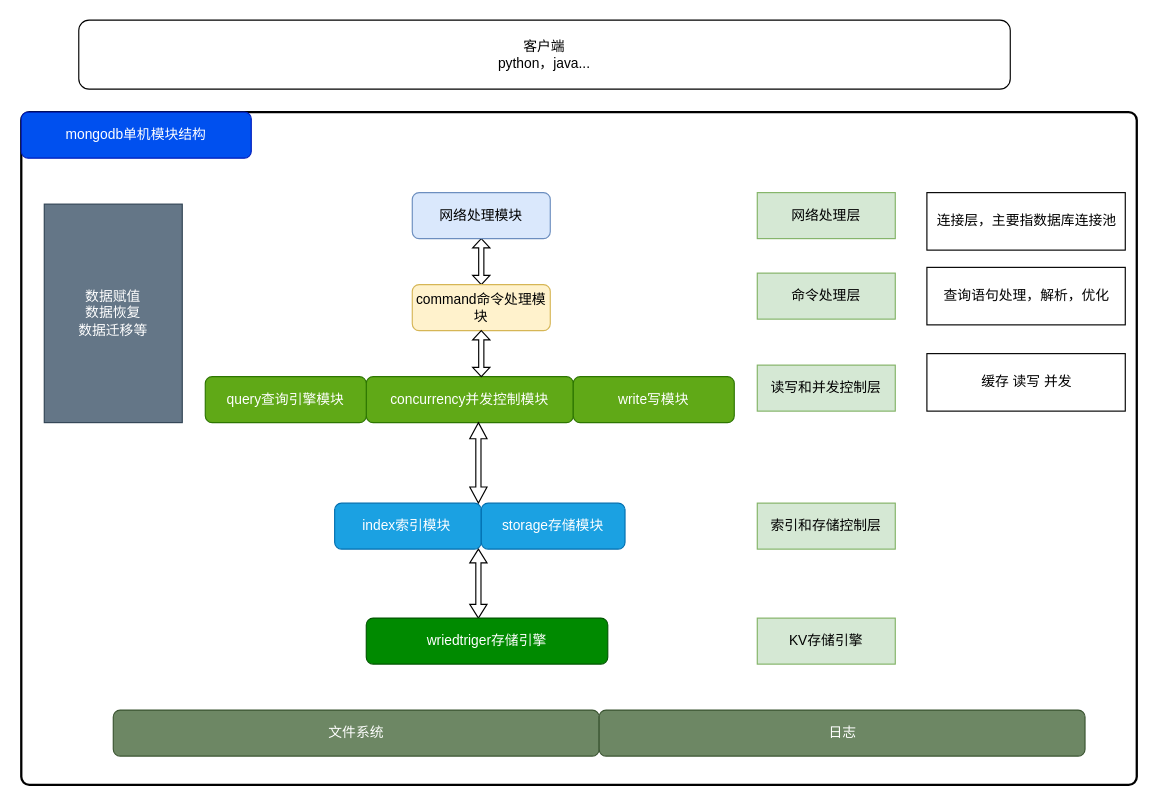
The draw.io diagram img/mongo软件结构.drawio in 15615639083/15615639083.github.io, before the edit. Source tidied: cells renumbered, new cells numbered last; positions are measured from the earlier drawing's top-left corner, leaving out a move shared by most shapes. Both pictures are drawn from the tidied source at 115%, with x=0, y=0 at pixel (21, 20).
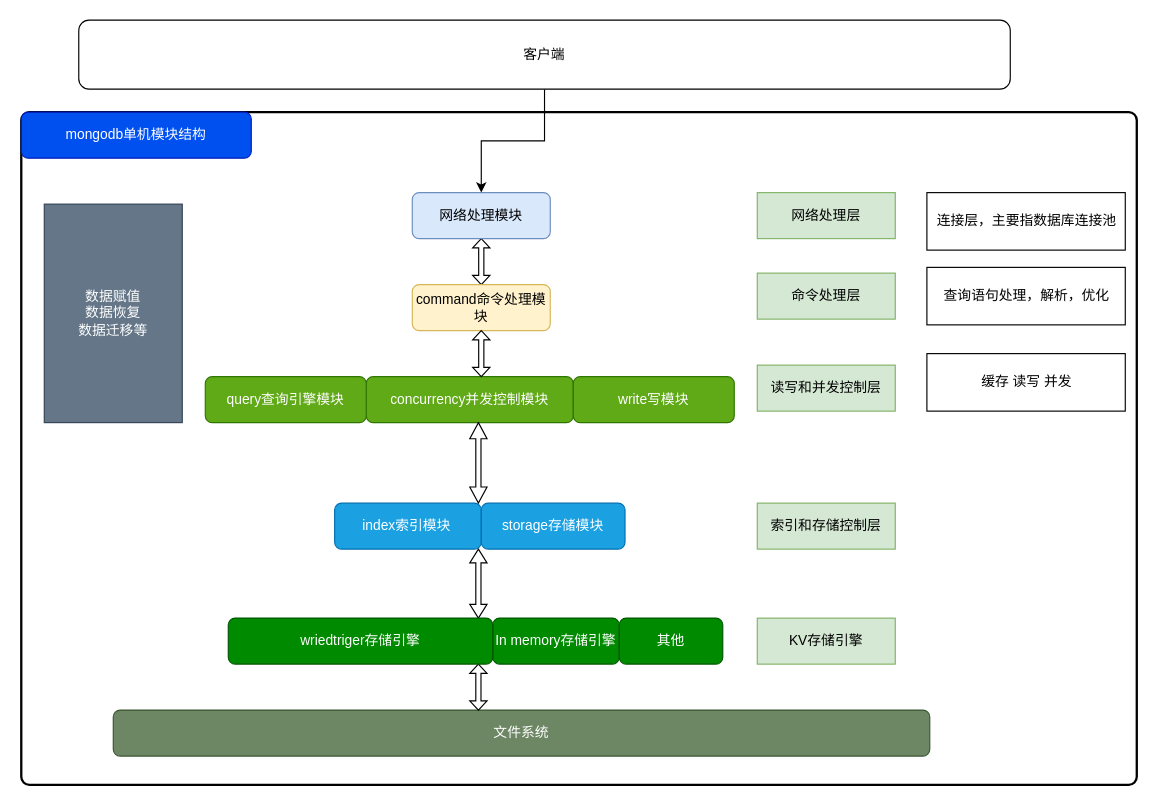
The same page after the edit.

Commit message:
更新mongo软件结构.drawio

The change refers to these unchanged cells:
```xml
<mxCell id="9" value="网络处理模块" style="rounded=1;whiteSpace=wrap;html=1;fillColor=#dae8fc;strokeColor=#6c8ebf;" parent="1" vertex="1">
  <mxGeometry x="340" y="150" width="120" height="40" as="geometry" />
</mxCell>
```

Change to the diagram source:
```diff
@@
-    <mxCell id="16" value="wriedtriger存储引擎" style="rounded=1;whiteSpace=wrap;html=1;fillColor=#008a00;fontColor=#ffffff;strokeColor=#005700;" parent="1" vertex="1">
-      <mxGeometry x="300" y="520" width="210" height="40" as="geometry" />
+    <mxCell id="16" value="In memory存储引擎" style="rounded=1;whiteSpace=wrap;html=1;fillColor=#008a00;fontColor=#ffffff;strokeColor=#005700;" parent="1" vertex="1">
+      <mxGeometry x="410" y="520" width="110" height="40" as="geometry" />
     </mxCell>
@@
+    <mxCell id="28" style="edgeStyle=orthogonalEdgeStyle;rounded=0;jettySize=auto;html=1;" parent="1" edge="1" source="21" target="9">
+      <mxGeometry relative="1" as="geometry" />
+    </mxCell>
-    <mxCell id="21" value="客户端&lt;br&gt;python，java..." style="rounded=1;whiteSpace=wrap;html=1;" parent="1" vertex="1">
+    <mxCell id="21" value="客户端&lt;br&gt;" style="rounded=1;whiteSpace=wrap;html=1;" parent="1" vertex="1">
       <mxGeometry x="50" width="810" height="60" as="geometry" />
     </mxCell>
@@
     <mxCell id="25" value="文件系统" style="rounded=1;whiteSpace=wrap;html=1;fillColor=#6d8764;fontColor=#ffffff;strokeColor=#3A5431;" parent="1" vertex="1">
-      <mxGeometry x="80" y="600" width="422.5" height="40" as="geometry" />
+      <mxGeometry x="80" y="600" width="710" height="40" as="geometry" />
     </mxCell>
-    <mxCell id="26" value="日志" style="rounded=1;whiteSpace=wrap;html=1;fillColor=#6d8764;fontColor=#ffffff;strokeColor=#3A5431;" parent="1" vertex="1">
-      <mxGeometry x="502.5" y="600" width="422.5" height="40" as="geometry" />
-    </mxCell>
@@
+    <mxCell id="29" style="shape=doubleArrow;whiteSpace=wrap;html=1;direction=south;" parent="1" vertex="1">
+      <mxGeometry x="390" y="560" width="15" height="40" as="geometry" />
+    </mxCell>
+    <mxCell id="30" value="wriedtriger存储引擎" style="rounded=1;whiteSpace=wrap;html=1;fillColor=#008a00;fontColor=#ffffff;strokeColor=#005700;" parent="1" vertex="1">
+      <mxGeometry x="180" y="520" width="230" height="40" as="geometry" />
+    </mxCell>
+    <mxCell id="31" value="其他" style="rounded=1;whiteSpace=wrap;html=1;fillColor=#008a00;fontColor=#ffffff;strokeColor=#005700;" parent="1" vertex="1">
+      <mxGeometry x="520" y="520" width="90" height="40" as="geometry" />
+    </mxCell>
```
